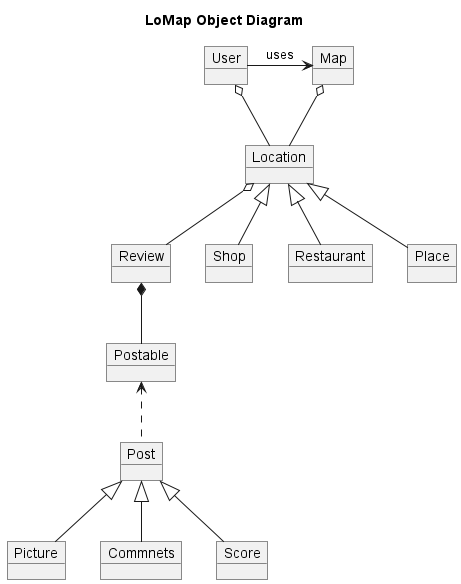
This is images/Domain model UML Diagram.png from Arquisoft/lomap_en3b, a PlantUML export, as it was before one commit. The source it was exported from:
```plantuml
@startuml
title LoMap Object Diagram

object Picture
object Commnets
object Score
object Post
object Postable
object Review
object Location
object Shop
object Restaurant
object Place
object Map
object User

Post <|-- Picture
Post <|-- Commnets
Post <|-- Score

Postable <..  Post
Review *--  Postable
Location o-- Review

Location <|-- Shop
Location <|-- Restaurant
Location <|-- Place

Map o-- Location

User o-- Location
User -right-> Map :uses

@enduml
```
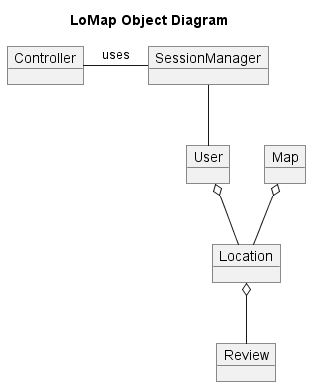
Later version of the same file.

What changed in the source:
```diff
@@ -1,34 +1,19 @@
 @startuml
 title LoMap Object Diagram
 
-object Picture
-object Commnets
-object Score
-object Post
-object Postable
 object Review
 object Location
-object Shop
-object Restaurant
-object Place
 object Map
 object User
+object Controller
+object SessionManager
 
-Post <|-- Picture
-Post <|-- Commnets
-Post <|-- Score
-
-Postable <..  Post
-Review *--  Postable
 Location o-- Review
-
-Location <|-- Shop
-Location <|-- Restaurant
-Location <|-- Place
 
 Map o-- Location
 
 User o-- Location
-User -right-> Map :uses
+Controller -right- SessionManager :uses
+SessionManager -- User
 
 @enduml
```
